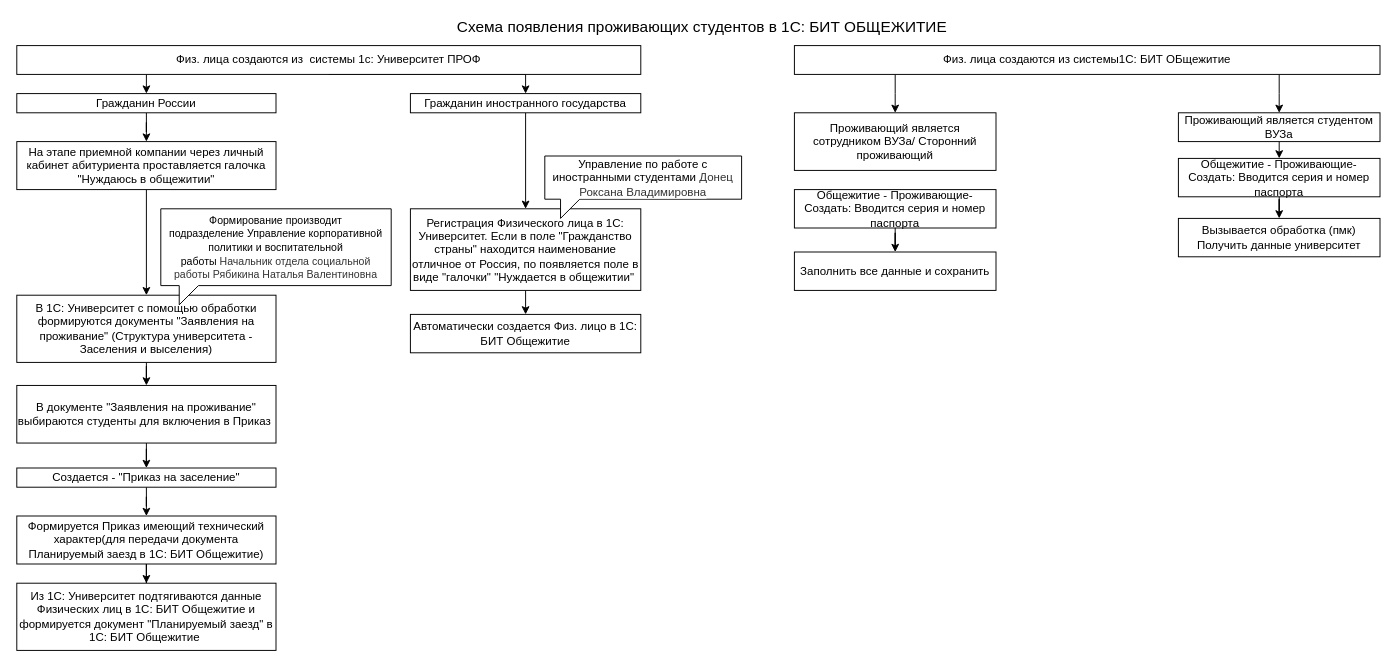
Above: 1C Общежитие.drawio in st00g21/MyRepo2 (draw.io), before the change. Source tidied: cells renumbered, new cells numbered last; positions are measured from the earlier drawing's top-left corner, leaving out a move shared by most shapes. Both pictures are drawn from the tidied source at 96%, with x=0, y=0 at pixel (16, 16).
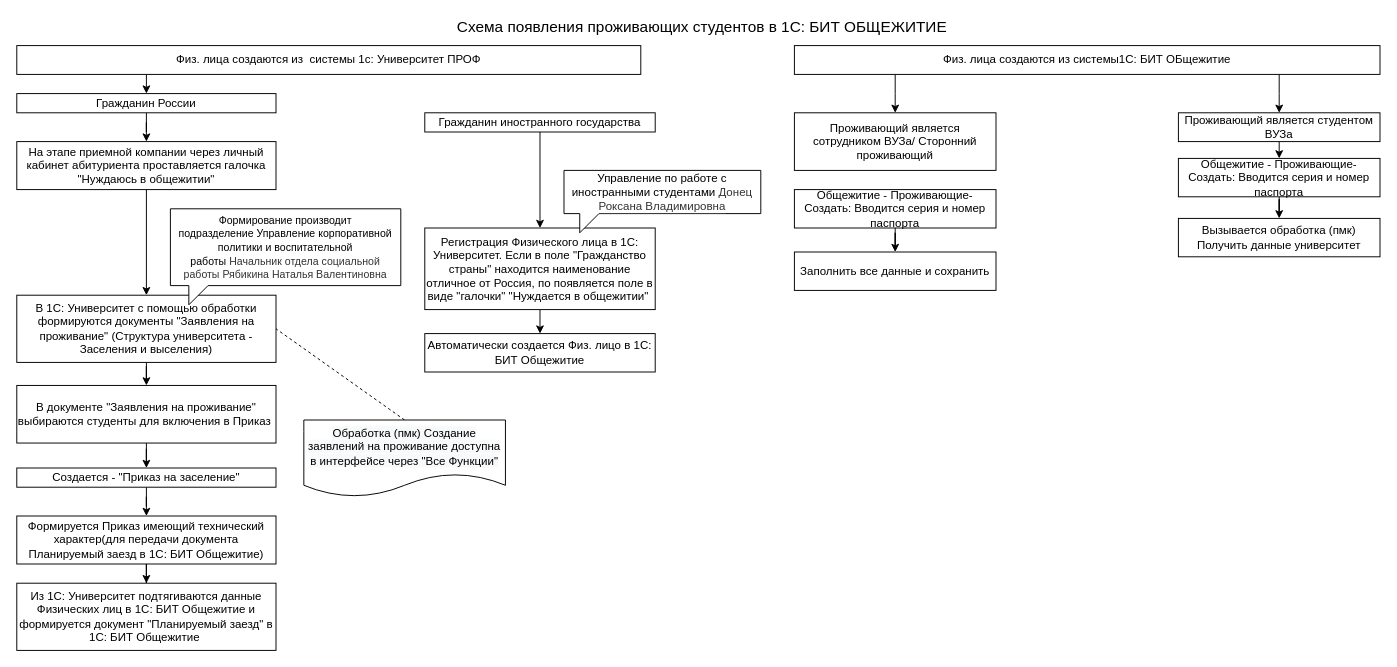
Above is the later version.

The change refers to these unchanged cells:
```xml
<mxCell id="13" value="В 1С: Университет с помощью обработки формируются документы &quot;Заявления на проживание&quot; (Структура университета - Заселения и выселения)" style="rounded=0;whiteSpace=wrap;html=1;" parent="1" vertex="1">
  <mxGeometry y="290" width="270" height="70" as="geometry" />
</mxCell>
<mxCell id="31" value="Физ. лица создаются из&amp;nbsp; системы 1с: Университет ПРОФ" style="rounded=0;whiteSpace=wrap;html=1;" parent="1" vertex="1">
  <mxGeometry y="30" width="650" height="30" as="geometry" />
</mxCell>
```

The edit, as a diff of the source:
```diff
@@
     <mxCell id="6" value="Гражданин иностранного государства" style="rounded=0;whiteSpace=wrap;html=1;" parent="1" vertex="1">
-      <mxGeometry x="410" y="80" width="240" height="20" as="geometry" />
+      <mxGeometry x="425" y="100" width="240" height="20" as="geometry" />
     </mxCell>
@@
     <mxCell id="16" value="&lt;font style=&quot;font-size: 11px&quot;&gt;&lt;font style=&quot;font-size: 11px&quot;&gt;&lt;span style=&quot;background-color: rgb(255 , 255 , 255)&quot;&gt;Формирование производит подразделение&amp;nbsp;&lt;font style=&quot;font-size: 11px&quot;&gt;Управление корпоративной политики и воспитательной работы&lt;font style=&quot;font-size: 11px&quot;&gt;&amp;nbsp;&lt;/font&gt;&lt;/font&gt;&lt;/span&gt;&lt;span style=&quot;color: rgb(51 , 51 , 51) ; text-align: justify ; background-color: rgb(255 , 255 , 255)&quot;&gt;&lt;font style=&quot;font-size: 11px&quot;&gt;Начальник отдела социальной работы&amp;nbsp;&lt;/font&gt;&lt;/span&gt;&lt;/font&gt;&lt;span style=&quot;color: rgb(51 , 51 , 51) ; text-align: justify ; background-color: rgb(255 , 255 , 255)&quot;&gt;&lt;font style=&quot;font-size: 11px&quot;&gt;Рябикина Наталья Валентиновна&lt;/font&gt;&lt;/span&gt;&lt;/font&gt;" style="shape=callout;whiteSpace=wrap;html=1;perimeter=calloutPerimeter;size=20;position=0.08;position2=0.08;" parent="1" vertex="1">
-      <mxGeometry x="150" y="200" width="240" height="100" as="geometry" />
+      <mxGeometry x="160" y="200" width="240" height="100" as="geometry" />
     </mxCell>
@@
     <mxCell id="21" value="&lt;font style=&quot;font-size: 12px ; background-color: rgb(255 , 255 , 255)&quot;&gt;&lt;span style=&quot;color: rgb(0 , 0 , 0) ; font-style: normal ; font-weight: 400 ; letter-spacing: normal ; text-align: center ; text-indent: 0px ; text-transform: none ; word-spacing: 0px ; display: inline ; float: none&quot;&gt;Регистрация Физического лица в 1С: Университет. Если в поле &quot;Гражданство страны&quot; находится наименование отличное от Россия, по появляется поле в виде &quot;галочки&quot; &quot;Нуждается в общежитии&quot;&amp;nbsp;&lt;/span&gt;&lt;br&gt;&lt;/font&gt;" style="rounded=0;whiteSpace=wrap;html=1;" parent="1" vertex="1">
-      <mxGeometry x="410" y="200" width="240" height="85" as="geometry" />
+      <mxGeometry x="425" y="220" width="240" height="85" as="geometry" />
     </mxCell>
     <mxCell id="22" value="&lt;span style=&quot;background-color: rgb(255 , 255 , 255)&quot;&gt;&lt;span&gt;Управление по работе с иностранными студентами&amp;nbsp;&lt;/span&gt;&lt;span style=&quot;color: rgb(51 , 51 , 51) ; text-align: justify&quot;&gt;Донец Роксана Владимировна&lt;/span&gt;&lt;/span&gt;" style="shape=callout;whiteSpace=wrap;html=1;perimeter=calloutPerimeter;size=20;position=0.08;position2=0.08;" parent="1" vertex="1">
-      <mxGeometry x="550" y="145" width="205" height="65" as="geometry" />
+      <mxGeometry x="570" y="160" width="205" height="65" as="geometry" />
     </mxCell>
@@
-    <mxCell id="30" style="edgeStyle=orthogonalEdgeStyle;rounded=0;jettySize=auto;html=1;exitX=0.5;exitY=1;exitDx=0;exitDy=0;entryX=0.5;entryY=0;entryDx=0;entryDy=0;" parent="1" edge="1" source="31" target="6">
-      <mxGeometry relative="1" as="geometry">
-        <Array as="points">
-          <mxPoint x="530" y="60" />
-        </Array>
-      </mxGeometry>
-    </mxCell>
@@
     <mxCell id="32" value="Автоматически создается Физ. лицо в 1С: БИТ Общежитие" style="rounded=0;whiteSpace=wrap;html=1;" parent="1" vertex="1">
-      <mxGeometry x="410" y="310" width="240" height="40" as="geometry" />
+      <mxGeometry x="425" y="330" width="240" height="40" as="geometry" />
     </mxCell>
@@
+    <mxCell id="39" style="endArrow=none;dashed=1;html=1;entryX=1;entryY=0.5;entryDx=0;entryDy=0;exitX=0.5;exitY=0;exitDx=0;exitDy=0;" parent="1" edge="1" source="40" target="13">
+      <mxGeometry relative="1" as="geometry" />
+    </mxCell>
+    <mxCell id="40" value="&#10;&#10;&lt;span style=&quot;color: rgb(0, 0, 0); font-family: helvetica; font-size: 12px; font-style: normal; font-weight: 400; letter-spacing: normal; text-align: center; text-indent: 0px; text-transform: none; word-spacing: 0px; background-color: rgb(248, 249, 250); display: inline; float: none;&quot;&gt;Обработка (пмк) Создание заявлений на проживание доступна в интерфейсе через &quot;Все Функции&quot;&lt;/span&gt;&#10;&#10;" style="shape=document;whiteSpace=wrap;html=1;boundedLbl=1;" parent="1" vertex="1">
+      <mxGeometry x="299" y="420" width="210" height="80" as="geometry" />
+    </mxCell>
```
